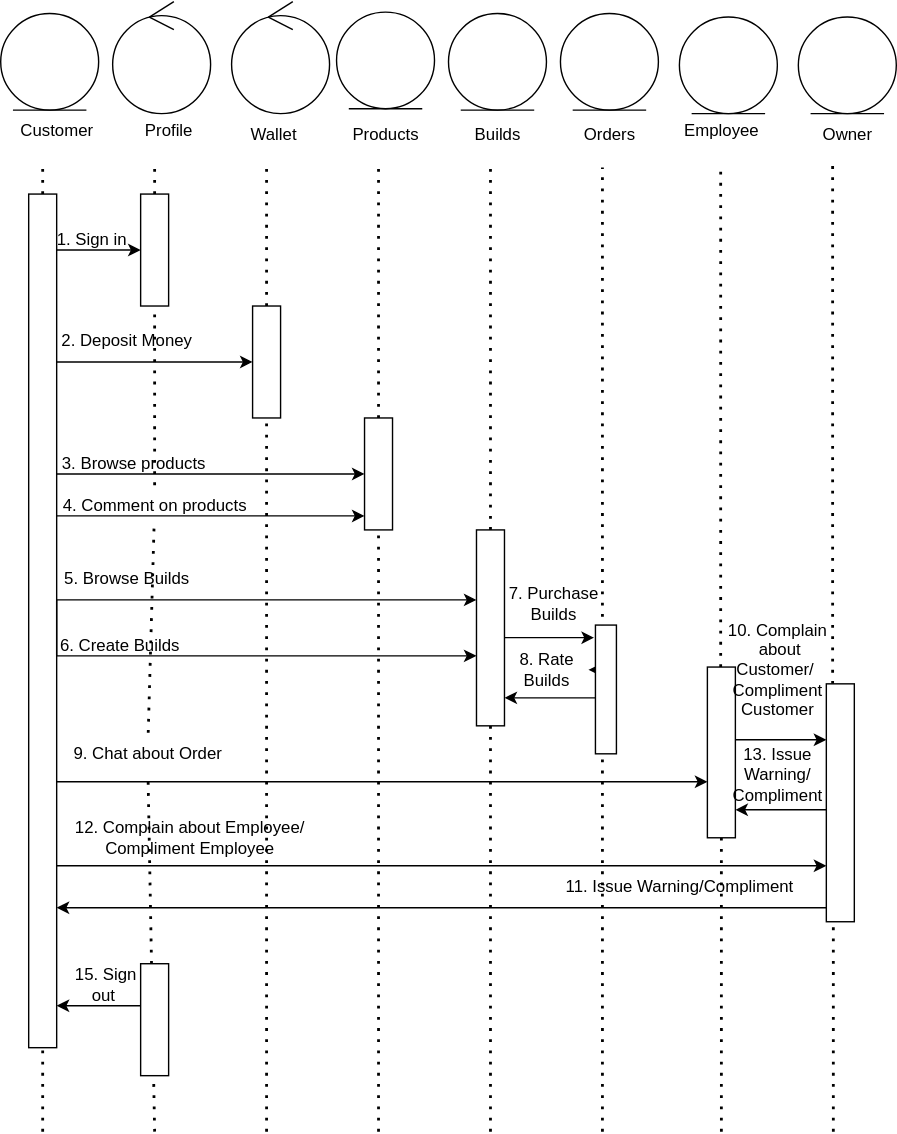
Earlier version of the draw.io export Diagrams/Report-2/SVG/customer-seq.drawio.svg (lyloster/csc322-webstore). Source tidied: cells renumbered, new cells last; positions are measured from the earlier drawing's top-left corner, leaving out a move shared by most shapes.
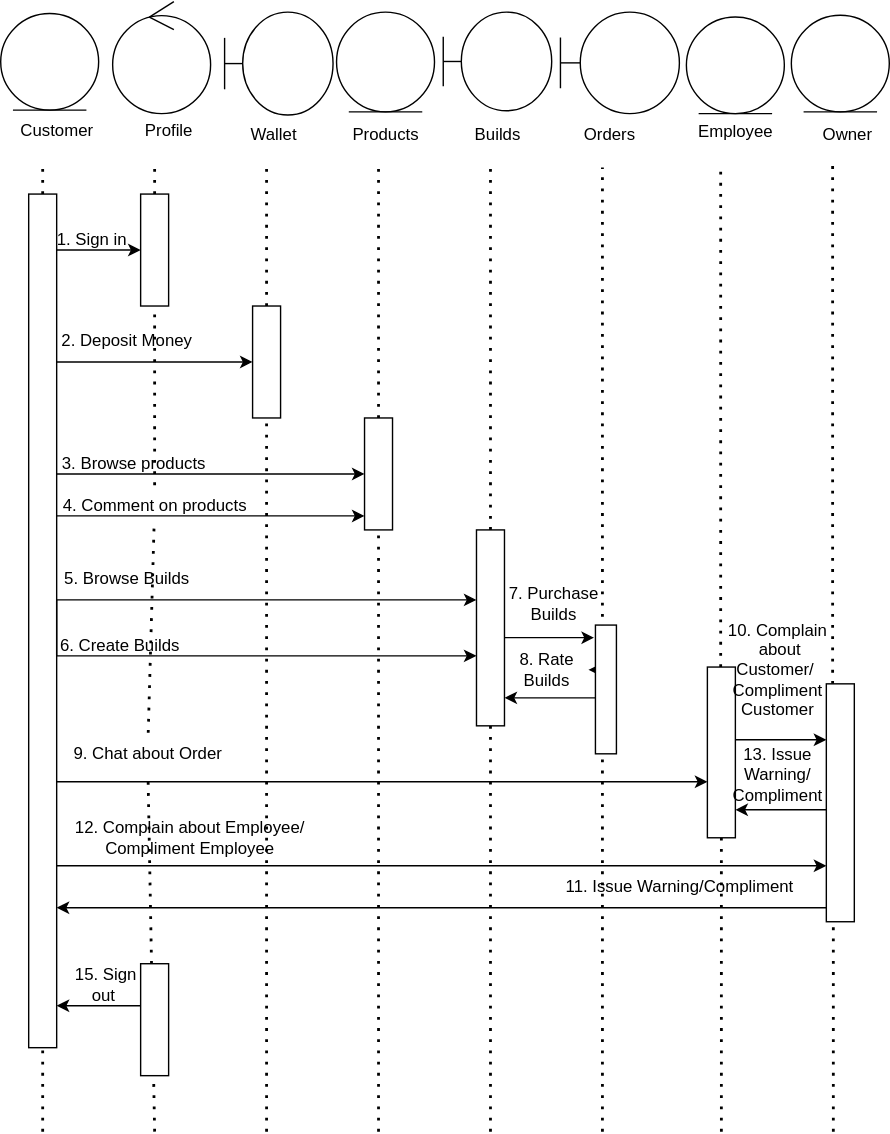
Above is the later version.

Diff of the diagram source:
```diff
@@ -41,7 +41,7 @@
       </mxGeometry>
     </mxCell>
     <mxCell id="12" value="Employee" style="text;html=1;align=center;verticalAlign=middle;strokeColor=none;fillColor=none;" parent="1" vertex="1">
-      <mxGeometry x="475" y="78" width="80" height="30" as="geometry" />
+      <mxGeometry x="485" y="78.5" width="80" height="30" as="geometry" />
     </mxCell>
     <mxCell id="13" value="Owner" style="text;html=1;align=center;verticalAlign=middle;strokeColor=none;fillColor=none;" parent="1" vertex="1">
       <mxGeometry x="575" y="80.5" width="60" height="30" as="geometry" />
@@ -71,19 +71,13 @@
       <mxGeometry y="9" width="70" height="69" as="geometry" />
     </mxCell>
     <mxCell id="19" style="ellipse;shape=umlEntity;whiteSpace=wrap;html=1;" parent="1" vertex="1">
-      <mxGeometry x="240" y="8" width="70" height="69" as="geometry" />
+      <mxGeometry x="240" y="8" width="70" height="71.2" as="geometry" />
     </mxCell>
-    <mxCell id="20" style="ellipse;shape=umlEntity;whiteSpace=wrap;html=1;" parent="1" vertex="1">
-      <mxGeometry x="320" y="9" width="70" height="69" as="geometry" />
-    </mxCell>
-    <mxCell id="21" style="ellipse;shape=umlEntity;whiteSpace=wrap;html=1;" parent="1" vertex="1">
-      <mxGeometry x="400" y="9" width="70" height="69" as="geometry" />
-    </mxCell>
     <mxCell id="22" style="ellipse;shape=umlControl;whiteSpace=wrap;html=1;" parent="1" vertex="1">
       <mxGeometry x="80" y="0.5" width="70" height="80" as="geometry" />
     </mxCell>
     <mxCell id="23" style="ellipse;shape=umlEntity;whiteSpace=wrap;html=1;" parent="1" vertex="1">
-      <mxGeometry x="485" y="11.5" width="70" height="69" as="geometry" />
+      <mxGeometry x="490" y="11.5" width="70" height="69" as="geometry" />
     </mxCell>
     <mxCell id="24" style="endArrow=none;dashed=1;html=1;dashPattern=1 3;strokeWidth=2;rounded=0;" parent="1" edge="1" target="29">
       <mxGeometry relative="1" as="geometry">
@@ -119,9 +113,6 @@
     <mxCell id="32" value="1. Sign in" style="text;html=1;align=center;verticalAlign=middle;strokeColor=none;fillColor=none;" parent="1" vertex="1">
       <mxGeometry x="30" y="156" width="70" height="30" as="geometry" />
     </mxCell>
-    <mxCell id="33" style="ellipse;shape=umlControl;whiteSpace=wrap;html=1;" parent="1" vertex="1">
-      <mxGeometry x="165" y="0.5" width="70" height="80" as="geometry" />
-    </mxCell>
     <mxCell id="34" style="endArrow=none;dashed=1;html=1;dashPattern=1 3;strokeWidth=2;rounded=0;" parent="1" edge="1" target="35">
       <mxGeometry relative="1" as="geometry">
         <mxPoint x="190" y="808" as="sourcePoint" />
@@ -225,7 +216,7 @@
       <mxGeometry x="505" y="476" width="20" height="122" as="geometry" />
     </mxCell>
     <mxCell id="58" style="ellipse;shape=umlEntity;whiteSpace=wrap;html=1;" parent="1" vertex="1">
-      <mxGeometry x="570" y="11.5" width="70" height="69" as="geometry" />
+      <mxGeometry x="565" y="10.2" width="70" height="69" as="geometry" />
     </mxCell>
     <mxCell id="59" style="endArrow=none;dashed=1;html=1;dashPattern=1 3;strokeWidth=2;rounded=0;" parent="1" edge="1" target="63">
       <mxGeometry relative="1" as="geometry">
@@ -287,5 +278,14 @@
     <mxCell id="72" value="15. Sign &lt;br&gt;out&amp;nbsp;" style="text;html=1;align=center;verticalAlign=middle;strokeColor=none;fillColor=none;" parent="1" vertex="1">
       <mxGeometry x="40" y="683" width="70" height="40" as="geometry" />
     </mxCell>
+    <mxCell id="73" style="shape=umlBoundary;whiteSpace=wrap;html=1;" parent="1" vertex="1">
+      <mxGeometry x="160" y="8" width="77.5" height="73.5" as="geometry" />
+    </mxCell>
+    <mxCell id="74" style="shape=umlBoundary;whiteSpace=wrap;html=1;" parent="1" vertex="1">
+      <mxGeometry x="316.2" y="8" width="77.5" height="70.5" as="geometry" />
+    </mxCell>
+    <mxCell id="75" style="shape=umlBoundary;whiteSpace=wrap;html=1;" parent="1" vertex="1">
+      <mxGeometry x="400" y="8" width="85" height="72.5" as="geometry" />
+    </mxCell>
   </root>
 </mxGraphModel>
```
